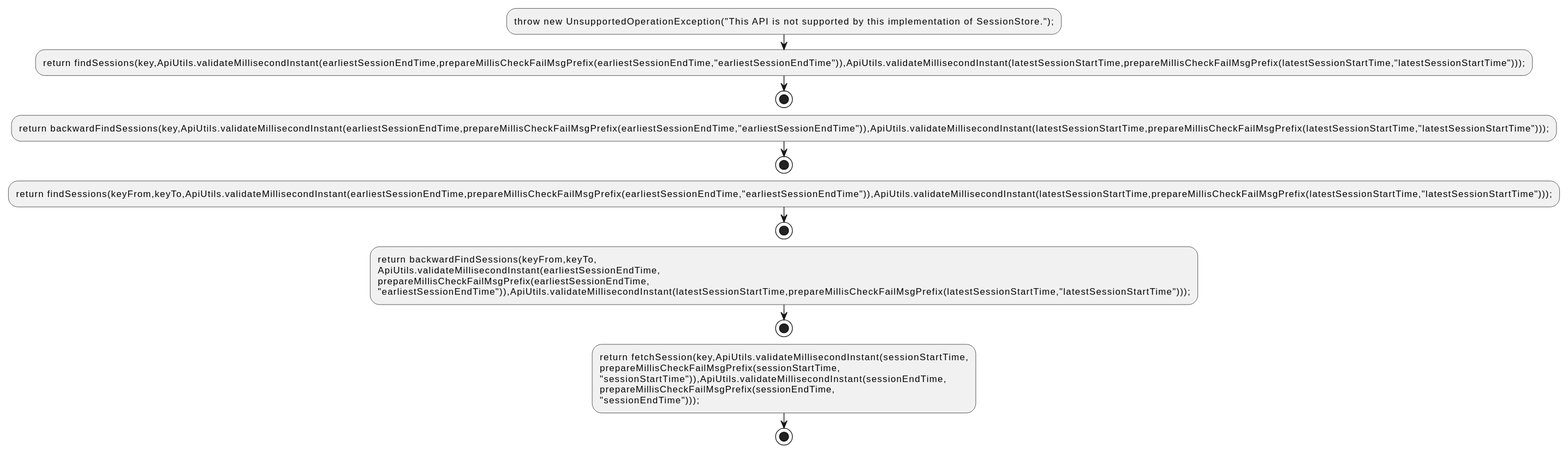
Earlier version of the PlantUML export docs/qc/streams/src/main/java/org/apache/kafka/streams/state/SessionStore.java.fct.svg (qualitesys/kafka).
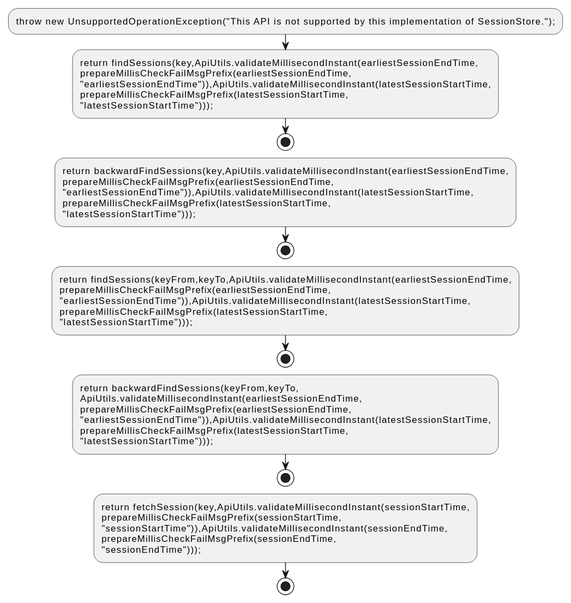
Above is the later version.

Diff of the diagram source:
```diff
@@ -1,16 +1,30 @@
 @startuml
 !pragma layout smetana
 :throw new UnsupportedOperationException("This API is not supported by this implementation of SessionStore.");;
-:return findSessions(key,ApiUtils.validateMillisecondInstant(earliestSessionEndTime,prepareMillisCheckFailMsgPrefix(earliestSessionEndTime,"earliestSessionEndTime")),ApiUtils.validateMillisecondInstant(latestSessionStartTime,prepareMillisCheckFailMsgPrefix(latestSessionStartTime,"latestSessionStartTime")));;
+:return findSessions(key,ApiUtils.validateMillisecondInstant(earliestSessionEndTime,
+prepareMillisCheckFailMsgPrefix(earliestSessionEndTime,
+"earliestSessionEndTime")),ApiUtils.validateMillisecondInstant(latestSessionStartTime,
+prepareMillisCheckFailMsgPrefix(latestSessionStartTime,
+"latestSessionStartTime")));;
 stop
-:return backwardFindSessions(key,ApiUtils.validateMillisecondInstant(earliestSessionEndTime,prepareMillisCheckFailMsgPrefix(earliestSessionEndTime,"earliestSessionEndTime")),ApiUtils.validateMillisecondInstant(latestSessionStartTime,prepareMillisCheckFailMsgPrefix(latestSessionStartTime,"latestSessionStartTime")));;
+:return backwardFindSessions(key,ApiUtils.validateMillisecondInstant(earliestSessionEndTime,
+prepareMillisCheckFailMsgPrefix(earliestSessionEndTime,
+"earliestSessionEndTime")),ApiUtils.validateMillisecondInstant(latestSessionStartTime,
+prepareMillisCheckFailMsgPrefix(latestSessionStartTime,
+"latestSessionStartTime")));;
 stop
-:return findSessions(keyFrom,keyTo,ApiUtils.validateMillisecondInstant(earliestSessionEndTime,prepareMillisCheckFailMsgPrefix(earliestSessionEndTime,"earliestSessionEndTime")),ApiUtils.validateMillisecondInstant(latestSessionStartTime,prepareMillisCheckFailMsgPrefix(latestSessionStartTime,"latestSessionStartTime")));;
+:return findSessions(keyFrom,keyTo,ApiUtils.validateMillisecondInstant(earliestSessionEndTime,
+prepareMillisCheckFailMsgPrefix(earliestSessionEndTime,
+"earliestSessionEndTime")),ApiUtils.validateMillisecondInstant(latestSessionStartTime,
+prepareMillisCheckFailMsgPrefix(latestSessionStartTime,
+"latestSessionStartTime")));;
 stop
 :return backwardFindSessions(keyFrom,keyTo,
 ApiUtils.validateMillisecondInstant(earliestSessionEndTime,
 prepareMillisCheckFailMsgPrefix(earliestSessionEndTime,
-"earliestSessionEndTime")),ApiUtils.validateMillisecondInstant(latestSessionStartTime,prepareMillisCheckFailMsgPrefix(latestSessionStartTime,"latestSessionStartTime")));;
+"earliestSessionEndTime")),ApiUtils.validateMillisecondInstant(latestSessionStartTime,
+prepareMillisCheckFailMsgPrefix(latestSessionStartTime,
+"latestSessionStartTime")));;
 stop
 :return fetchSession(key,ApiUtils.validateMillisecondInstant(sessionStartTime,
 prepareMillisCheckFailMsgPrefix(sessionStartTime,
```
